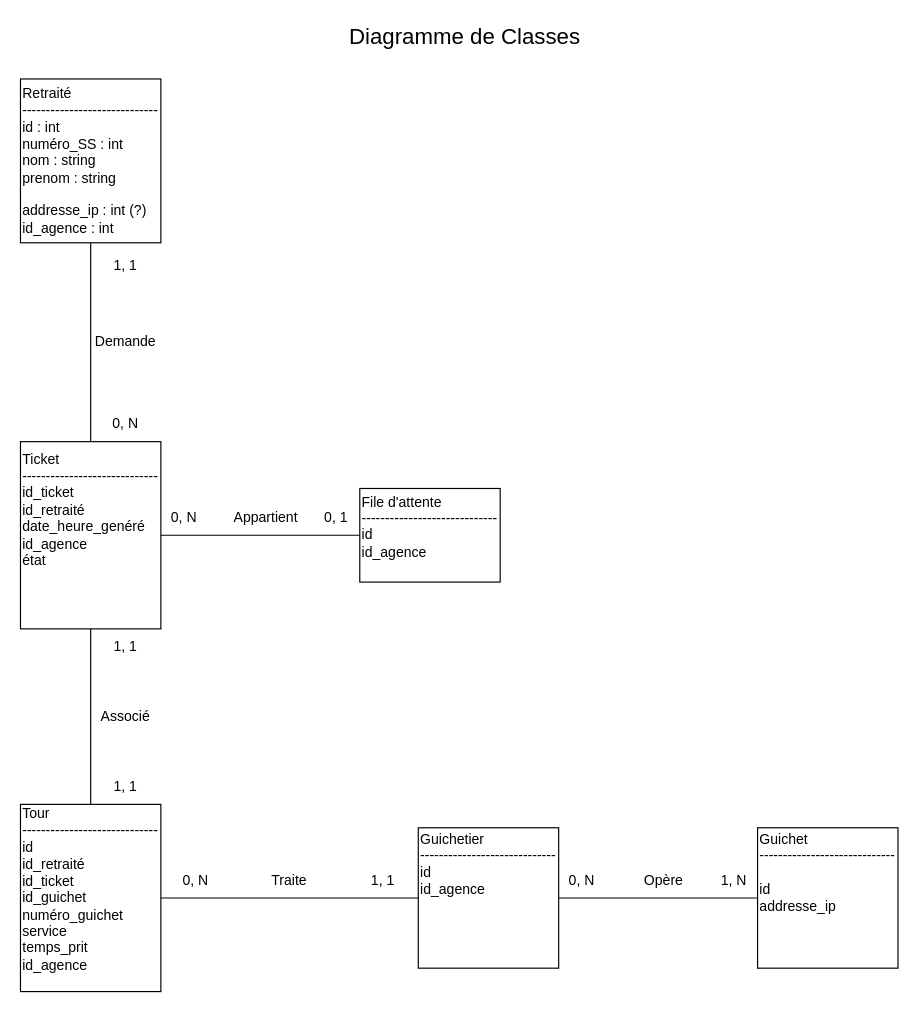
Earlier version of the draw.io diagram page "Class" (3 of 7) of diagrams/Diagramme.drawio (rryyyymmmmmmmm/e-tickets_takaoudi). Source tidied: cells renumbered, new cells numbered last; positions are measured from the earlier drawing's top-left corner, leaving out a move shared by most shapes. Both pictures are drawn from the tidied source at 117%, with x=0, y=0 at pixel (20, 20).
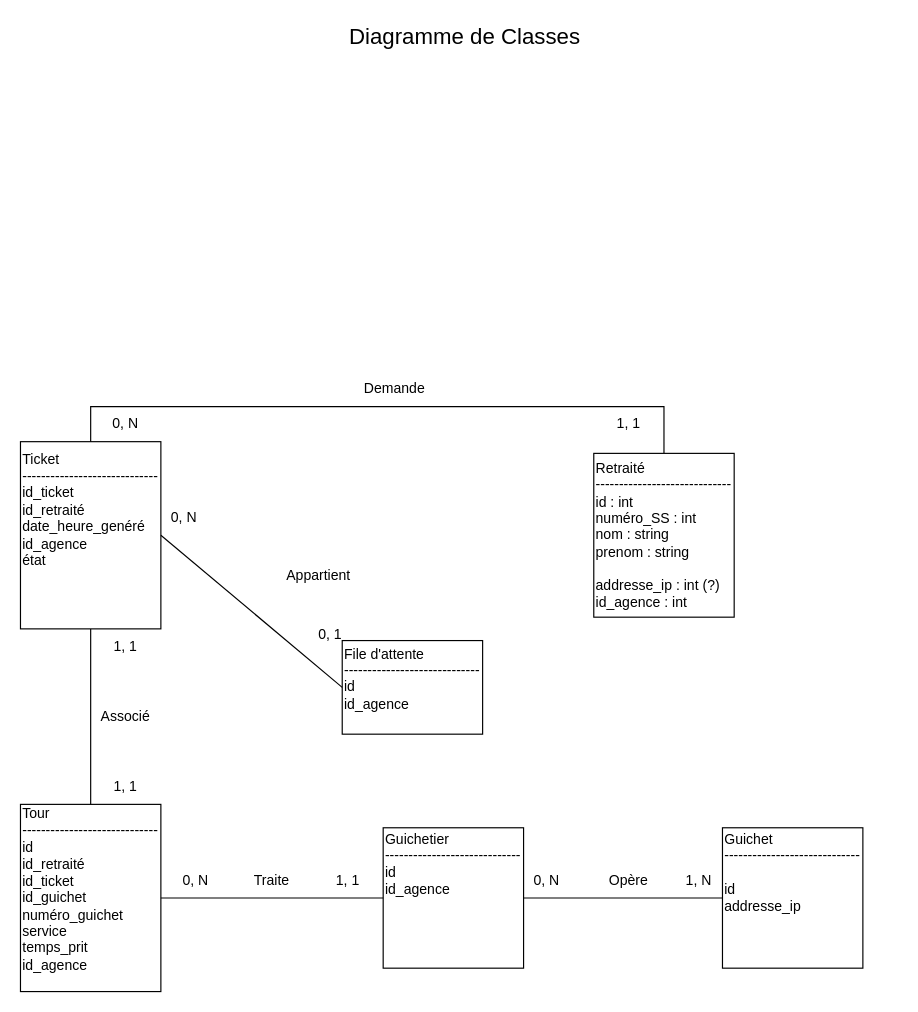
Above is the later version.

The change refers to these unchanged cells:
```xml
<mxCell id="5" value="Ticket&lt;div&gt;-----------------------------&lt;/div&gt;&lt;div&gt;id_ticket&lt;/div&gt;&lt;div&gt;id_retraité&lt;/div&gt;&lt;div&gt;date_heure_genéré&lt;/div&gt;&lt;div&gt;id_agence&lt;/div&gt;&lt;div&gt;état&lt;/div&gt;&lt;div&gt;&lt;br&gt;&lt;/div&gt;&lt;div&gt;&lt;div&gt;&lt;br&gt;&lt;/div&gt;&lt;div&gt;&lt;br&gt;&lt;/div&gt;&lt;/div&gt;" style="rounded=0;whiteSpace=wrap;html=1;align=left;" parent="1" vertex="1">
  <mxGeometry y="360" width="120" height="160" as="geometry" />
</mxCell>
```

What changed in the source:
```diff
@@
     <mxCell id="3" value="Guichetier&lt;div&gt;-----------------------------&lt;/div&gt;&lt;div&gt;id&lt;/div&gt;&lt;div&gt;id_agence&lt;/div&gt;&lt;div&gt;&lt;br&gt;&lt;/div&gt;&lt;div&gt;&lt;br&gt;&lt;/div&gt;&lt;div&gt;&lt;div&gt;&lt;br&gt;&lt;/div&gt;&lt;div&gt;&lt;br&gt;&lt;/div&gt;&lt;/div&gt;" style="rounded=0;whiteSpace=wrap;html=1;align=left;" parent="1" vertex="1">
-      <mxGeometry x="340" y="690" width="120" height="120" as="geometry" />
+      <mxGeometry x="310" y="690" width="120" height="120" as="geometry" />
     </mxCell>
     <mxCell id="4" value="Guichet&lt;div&gt;-----------------------------&lt;br&gt;&lt;div&gt;&lt;br&gt;&lt;/div&gt;&lt;div&gt;id&lt;/div&gt;&lt;div&gt;addresse_ip&lt;/div&gt;&lt;div&gt;&lt;br&gt;&lt;/div&gt;&lt;div&gt;&lt;div&gt;&lt;br&gt;&lt;/div&gt;&lt;div&gt;&lt;br&gt;&lt;/div&gt;&lt;/div&gt;&lt;/div&gt;" style="rounded=0;whiteSpace=wrap;html=1;align=left;" parent="1" vertex="1">
-      <mxGeometry x="630" y="690" width="120" height="120" as="geometry" />
+      <mxGeometry x="600" y="690" width="120" height="120" as="geometry" />
     </mxCell>
@@
     <mxCell id="6" value="&lt;div&gt;&lt;div&gt;File d'attente&lt;/div&gt;&lt;/div&gt;&lt;div&gt;-----------------------------&lt;/div&gt;&lt;div&gt;id&lt;/div&gt;&lt;div&gt;id_agence&lt;/div&gt;&lt;div&gt;&lt;br&gt;&lt;/div&gt;" style="rounded=0;whiteSpace=wrap;html=1;align=left;" parent="1" vertex="1">
-      <mxGeometry x="290" y="400" width="120" height="80" as="geometry" />
+      <mxGeometry x="275" y="530" width="120" height="80" as="geometry" />
     </mxCell>
-    <mxCell id="7" style="endArrow=none;html=1;rounded=0;entryX=0.5;entryY=1;entryDx=0;entryDy=0;exitX=0.5;exitY=0;exitDx=0;exitDy=0;" parent="1" edge="1" source="5" target="10">
-      <mxGeometry relative="1" as="geometry" />
+    <mxCell id="7" style="endArrow=none;html=1;rounded=0;entryX=0.5;entryY=0;entryDx=0;entryDy=0;exitX=0.5;exitY=0;exitDx=0;exitDy=0;" parent="1" edge="1" source="5" target="10">
+      <mxGeometry relative="1" as="geometry">
+        <Array as="points">
+          <mxPoint x="60" y="330" />
+          <mxPoint x="550" y="330" />
+        </Array>
+      </mxGeometry>
     </mxCell>
     <mxCell id="8" value="Demande" style="text;html=1;whiteSpace=wrap;strokeColor=none;fillColor=none;align=center;verticalAlign=middle;rounded=0;" parent="1" vertex="1">
-      <mxGeometry x="60" y="260" width="60" height="30" as="geometry" />
+      <mxGeometry x="290" y="300" width="60" height="30" as="geometry" />
     </mxCell>
@@
     <mxCell id="10" value="&lt;div style=&quot;&quot;&gt;&lt;span style=&quot;background-color: transparent; color: light-dark(rgb(0, 0, 0), rgb(255, 255, 255));&quot;&gt;Retraité&lt;/span&gt;&lt;/div&gt;&lt;div style=&quot;&quot;&gt;-----------------------------&lt;/div&gt;&lt;div style=&quot;&quot;&gt;id : int&lt;/div&gt;&lt;div style=&quot;&quot;&gt;numéro_SS : int&lt;/div&gt;&lt;div style=&quot;&quot;&gt;nom : string&lt;/div&gt;&lt;div style=&quot;&quot;&gt;prenom : string&lt;/div&gt;&lt;div style=&quot;&quot;&gt;&lt;br&gt;&lt;/div&gt;&lt;div style=&quot;&quot;&gt;addresse_ip : int (?)&lt;/div&gt;&lt;div style=&quot;&quot;&gt;id_agence : int&lt;/div&gt;" style="rounded=0;whiteSpace=wrap;html=1;align=left;" parent="1" vertex="1">
-      <mxGeometry y="50" width="120" height="140" as="geometry" />
+      <mxGeometry x="490" y="370" width="120" height="140" as="geometry" />
     </mxCell>
@@
     <mxCell id="12" value="1, 1" style="text;html=1;whiteSpace=wrap;strokeColor=none;fillColor=none;align=center;verticalAlign=middle;rounded=0;" parent="1" vertex="1">
-      <mxGeometry x="60" y="195" width="60" height="30" as="geometry" />
+      <mxGeometry x="490" y="330" width="60" height="30" as="geometry" />
     </mxCell>
@@
     <mxCell id="14" value="Appartient" style="text;html=1;whiteSpace=wrap;strokeColor=none;fillColor=none;align=center;verticalAlign=middle;rounded=0;" parent="1" vertex="1">
-      <mxGeometry x="180" y="410" width="60" height="30" as="geometry" />
+      <mxGeometry x="225" y="460" width="60" height="30" as="geometry" />
     </mxCell>
     <mxCell id="15" value="0, 1" style="text;html=1;whiteSpace=wrap;strokeColor=none;fillColor=none;align=center;verticalAlign=middle;rounded=0;" parent="1" vertex="1">
-      <mxGeometry x="250" y="415" width="40" height="20" as="geometry" />
+      <mxGeometry x="245" y="515" width="40" height="20" as="geometry" />
     </mxCell>
@@
     <mxCell id="23" value="Traite" style="text;html=1;whiteSpace=wrap;strokeColor=none;fillColor=none;align=center;verticalAlign=middle;rounded=0;" parent="1" vertex="1">
-      <mxGeometry x="200" y="720" width="60" height="30" as="geometry" />
+      <mxGeometry x="185" y="720" width="60" height="30" as="geometry" />
     </mxCell>
@@
     <mxCell id="25" value="1, 1" style="text;html=1;whiteSpace=wrap;strokeColor=none;fillColor=none;align=center;verticalAlign=middle;rounded=0;" parent="1" vertex="1">
-      <mxGeometry x="280" y="720" width="60" height="30" as="geometry" />
+      <mxGeometry x="250" y="720" width="60" height="30" as="geometry" />
     </mxCell>
     <mxCell id="26" value="Opère" style="text;html=1;whiteSpace=wrap;strokeColor=none;fillColor=none;align=center;verticalAlign=middle;rounded=0;" parent="1" vertex="1">
-      <mxGeometry x="520" y="720" width="60" height="30" as="geometry" />
+      <mxGeometry x="490" y="720" width="60" height="30" as="geometry" />
     </mxCell>
     <mxCell id="27" value="1, N" style="text;html=1;whiteSpace=wrap;strokeColor=none;fillColor=none;align=center;verticalAlign=middle;rounded=0;" parent="1" vertex="1">
-      <mxGeometry x="580" y="720" width="60" height="30" as="geometry" />
+      <mxGeometry x="550" y="720" width="60" height="30" as="geometry" />
     </mxCell>
     <mxCell id="28" value="0, N" style="text;html=1;whiteSpace=wrap;strokeColor=none;fillColor=none;align=center;verticalAlign=middle;rounded=0;" parent="1" vertex="1">
-      <mxGeometry x="450" y="720" width="60" height="30" as="geometry" />
+      <mxGeometry x="420" y="720" width="60" height="30" as="geometry" />
     </mxCell>
```
